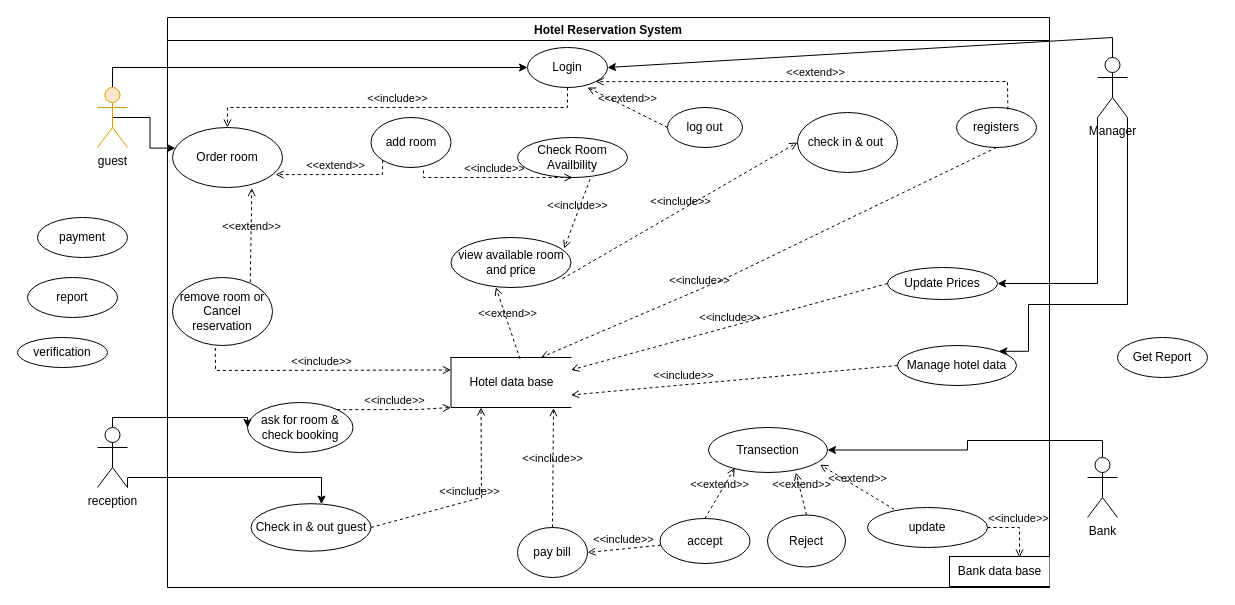
AhmedTarek-95/System-Desine keeps this draw.io diagram as use case Vol3.drawio. Above is the earlier version. Source tidied: cells renumbered, new cells numbered last; positions are measured from the earlier drawing's top-left corner, leaving out a move shared by most shapes. Both pictures are drawn from the tidied source at 100%, with x=0, y=0 at pixel (17, 17).
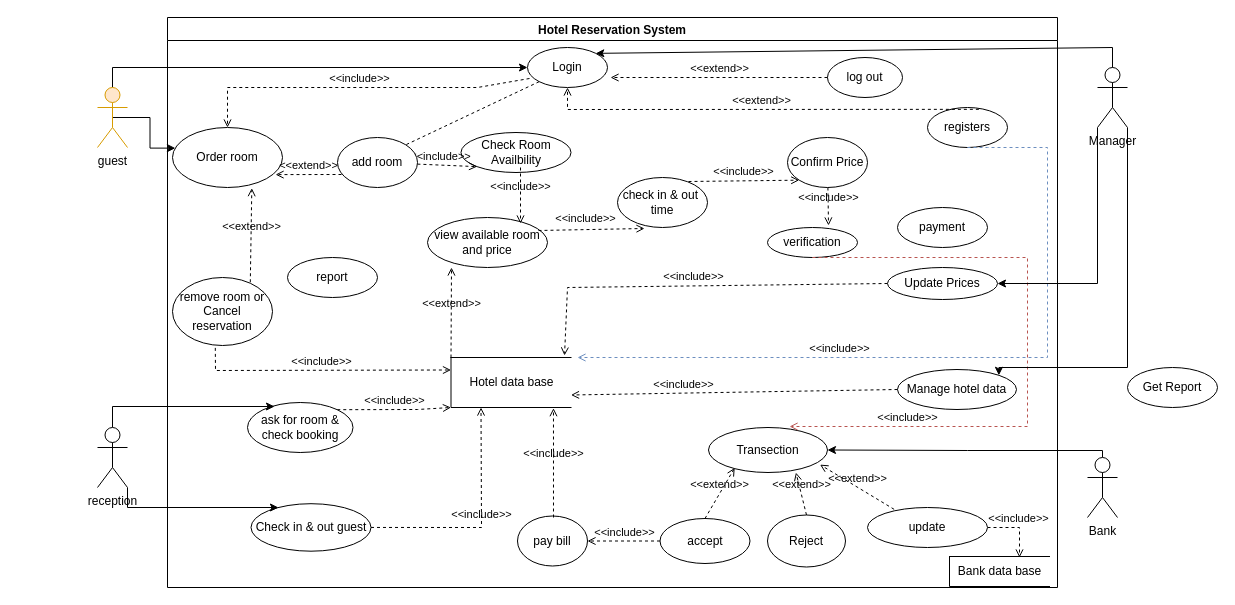
Above is the later version.

Unchanged cells that the change refers to:
```xml
<mxCell id="7" value="Login" style="ellipse;whiteSpace=wrap;html=1;" parent="5" vertex="1">
  <mxGeometry x="360" y="30" width="80" height="40" as="geometry" />
</mxCell>
<mxCell id="9" value="Order room" style="ellipse;whiteSpace=wrap;html=1;" parent="5" vertex="1">
  <mxGeometry x="5" y="110" width="110" height="60" as="geometry" />
</mxCell>
<mxCell id="11" value="ask for room &amp;amp; check booking" style="ellipse;whiteSpace=wrap;html=1;" parent="5" vertex="1">
  <mxGeometry x="80" y="385" width="105.5" height="50" as="geometry" />
</mxCell>
<mxCell id="12" value="Check in &amp;amp; out guest" style="ellipse;whiteSpace=wrap;html=1;" parent="5" vertex="1">
  <mxGeometry x="83.5" y="486.2" width="120" height="47.5" as="geometry" />
</mxCell>
<mxCell id="13" value="Transection" style="ellipse;whiteSpace=wrap;html=1;" parent="5" vertex="1">
  <mxGeometry x="541" y="410" width="119" height="45" as="geometry" />
</mxCell>
<mxCell id="37" value="Hotel data base" style="html=1;dashed=0;whitespace=wrap;shape=partialRectangle;right=0;" parent="5" vertex="1">
  <mxGeometry x="283.5" y="340" width="120" height="50" as="geometry" />
</mxCell>
<mxCell id="46" value="Update Prices" style="ellipse;whiteSpace=wrap;html=1;" parent="5" vertex="1">
  <mxGeometry x="720" y="250" width="110" height="32" as="geometry" />
</mxCell>
<mxCell id="49" value="reception" style="shape=umlActor;verticalLabelPosition=bottom;verticalAlign=top;html=1;outlineConnect=0;" parent="1" vertex="1">
  <mxGeometry x="80" y="410" width="30" height="60" as="geometry" />
</mxCell>
<mxCell id="51" value="Bank" style="shape=umlActor;verticalLabelPosition=bottom;verticalAlign=top;html=1;outlineConnect=0;" parent="1" vertex="1">
  <mxGeometry x="1070" y="440" width="30" height="60" as="geometry" />
</mxCell>
```

Change to the diagram source:
```diff
@@
     <mxCell id="5" value="Hotel Reservation System" style="swimlane;" parent="1" vertex="1">
-      <mxGeometry x="150" width="882" height="570" as="geometry" />
+      <mxGeometry x="150" width="890" height="570" as="geometry" />
     </mxCell>
-    <mxCell id="6" value="&amp;lt;&amp;lt;include&amp;gt;&amp;gt;" style="html=1;verticalAlign=bottom;labelBackgroundColor=none;endArrow=open;endFill=0;dashed=1;rounded=0;exitX=0;exitY=0.5;exitDx=0;exitDy=0;entryX=1;entryY=0.25;entryDx=0;entryDy=0;" parent="5" edge="1" source="46" target="37">
-      <mxGeometry relative="1" as="geometry" />
+    <mxCell id="6" value="&amp;lt;&amp;lt;include&amp;gt;&amp;gt;" style="html=1;verticalAlign=bottom;labelBackgroundColor=none;endArrow=open;endFill=0;dashed=1;rounded=0;exitX=0;exitY=0.5;exitDx=0;exitDy=0;entryX=0.946;entryY=-0.04;entryDx=0;entryDy=0;entryPerimeter=0;" parent="5" edge="1" source="46" target="37">
+      <mxGeometry relative="1" as="geometry">
+        <Array as="points">
+          <mxPoint x="400" y="270" />
+        </Array>
+      </mxGeometry>
     </mxCell>
@@
     <mxCell id="8" value="Check Room Availbility" style="ellipse;whiteSpace=wrap;html=1;" parent="5" vertex="1">
-      <mxGeometry x="350" y="120" width="110" height="40" as="geometry" />
+      <mxGeometry x="293.5" y="115" width="110" height="40" as="geometry" />
     </mxCell>
@@
     <mxCell id="10" value="Manage hotel data" style="ellipse;whiteSpace=wrap;html=1;" parent="5" vertex="1">
-      <mxGeometry x="730" y="328" width="119" height="40" as="geometry" />
+      <mxGeometry x="730" y="352" width="119" height="40" as="geometry" />
     </mxCell>
@@
     <mxCell id="14" value="view available room and price" style="ellipse;whiteSpace=wrap;html=1;" parent="5" vertex="1">
-      <mxGeometry x="283.5" y="220" width="120" height="50" as="geometry" />
+      <mxGeometry x="260" y="200" width="120" height="50" as="geometry" />
     </mxCell>
@@
-    <mxCell id="21" value="check in &amp;amp; out&amp;nbsp;" style="ellipse;whiteSpace=wrap;html=1;" parent="5" vertex="1">
-      <mxGeometry x="630" y="95" width="100" height="60" as="geometry" />
+    <mxCell id="21" value="check in &amp;amp; out&amp;nbsp; time" style="ellipse;whiteSpace=wrap;html=1;" parent="5" vertex="1">
+      <mxGeometry x="450" y="160" width="90" height="50" as="geometry" />
     </mxCell>
-    <mxCell id="22" value="&amp;lt;&amp;lt;include&amp;gt;&amp;gt;" style="html=1;verticalAlign=bottom;labelBackgroundColor=none;endArrow=open;endFill=0;dashed=1;rounded=0;entryX=0.5;entryY=0;entryDx=0;entryDy=0;endSize=6;jumpSize=6;strokeWidth=1;exitX=0.5;exitY=1;exitDx=0;exitDy=0;" parent="5" edge="1" source="7" target="9">
+    <mxCell id="22" value="&amp;lt;&amp;lt;include&amp;gt;&amp;gt;" style="html=1;verticalAlign=bottom;labelBackgroundColor=none;endArrow=open;endFill=0;dashed=1;rounded=0;entryX=0.5;entryY=0;entryDx=0;entryDy=0;endSize=6;jumpSize=6;strokeWidth=1;exitX=0.025;exitY=0.775;exitDx=0;exitDy=0;exitPerimeter=0;" parent="5" edge="1" source="7" target="9">
       <mxGeometry relative="1" as="geometry">
         <Array as="points">
-          <mxPoint x="400" y="90" />
-          <mxPoint x="60" y="90" />
+          <mxPoint x="310" y="70" />
+          <mxPoint x="60" y="70" />
         </Array>
       </mxGeometry>
     </mxCell>
-    <mxCell id="23" value="&amp;lt;&amp;lt;include&amp;gt;&amp;gt;" style="html=1;verticalAlign=bottom;labelBackgroundColor=none;endArrow=open;endFill=0;dashed=1;rounded=0;exitX=0.928;exitY=0.825;exitDx=0;exitDy=0;exitPerimeter=0;entryX=0;entryY=0.5;entryDx=0;entryDy=0;" parent="5" edge="1" source="14" target="21">
-      <mxGeometry relative="1" as="geometry" />
+    <mxCell id="23" value="&amp;lt;&amp;lt;include&amp;gt;&amp;gt;" style="html=1;verticalAlign=bottom;labelBackgroundColor=none;endArrow=open;endFill=0;dashed=1;rounded=0;entryX=0.3;entryY=1.02;entryDx=0;entryDy=0;entryPerimeter=0;exitX=0.925;exitY=0.26;exitDx=0;exitDy=0;exitPerimeter=0;" parent="5" edge="1" source="14" target="21">
+      <mxGeometry x="-0.12" y="2" relative="1" as="geometry" />
     </mxCell>
-    <mxCell id="24" value="&amp;lt;&amp;lt;include&amp;gt;&amp;gt;" style="html=1;verticalAlign=bottom;labelBackgroundColor=none;endArrow=open;endFill=0;dashed=1;rounded=0;exitX=0.659;exitY=1.046;exitDx=0;exitDy=0;exitPerimeter=0;entryX=0.943;entryY=0.22;entryDx=0;entryDy=0;entryPerimeter=0;" parent="5" edge="1" source="8" target="14">
-      <mxGeometry relative="1" as="geometry" />
+    <mxCell id="24" value="&amp;lt;&amp;lt;include&amp;gt;&amp;gt;" style="html=1;verticalAlign=bottom;labelBackgroundColor=none;endArrow=open;endFill=0;dashed=1;rounded=0;entryX=0.775;entryY=0.12;entryDx=0;entryDy=0;entryPerimeter=0;" parent="5" edge="1" target="14">
+      <mxGeometry relative="1" as="geometry">
+        <mxPoint x="353" y="150" as="sourcePoint" />
+      </mxGeometry>
     </mxCell>
@@
     <mxCell id="26" value="pay bill" style="ellipse;whiteSpace=wrap;html=1;" parent="5" vertex="1">
-      <mxGeometry x="350" y="510" width="70" height="50" as="geometry" />
+      <mxGeometry x="350" y="498.5" width="70" height="50" as="geometry" />
     </mxCell>
@@
     <mxCell id="28" value="&amp;lt;&amp;lt;include&amp;gt;&amp;gt;" style="html=1;verticalAlign=bottom;labelBackgroundColor=none;endArrow=open;endFill=0;dashed=1;rounded=0;exitX=1;exitY=0.5;exitDx=0;exitDy=0;entryX=0.25;entryY=1;entryDx=0;entryDy=0;" parent="5" edge="1" source="12" target="37">
       <mxGeometry relative="1" as="geometry">
         <Array as="points">
-          <mxPoint x="314" y="480" />
+          <mxPoint x="314" y="510" />
         </Array>
       </mxGeometry>
     </mxCell>
-    <mxCell id="29" value="&amp;lt;&amp;lt;include&amp;gt;&amp;gt;" style="html=1;verticalAlign=bottom;labelBackgroundColor=none;endArrow=open;endFill=0;dashed=1;rounded=0;entryX=1;entryY=0.75;entryDx=0;entryDy=0;exitX=0;exitY=0.5;exitDx=0;exitDy=0;" parent="5" edge="1" source="10" target="37">
-      <mxGeometry x="0.31" relative="1" as="geometry" />
+    <mxCell id="29" value="&amp;lt;&amp;lt;include&amp;gt;&amp;gt;" style="html=1;verticalAlign=bottom;labelBackgroundColor=none;endArrow=open;endFill=0;dashed=1;rounded=0;entryX=1;entryY=0.75;entryDx=0;entryDy=0;exitX=0;exitY=0.5;exitDx=0;exitDy=0;" parent="5" edge="1" source="10">
+      <mxGeometry x="0.31" relative="1" as="geometry">
+        <mxPoint x="403.5" y="377.5" as="targetPoint" />
+      </mxGeometry>
     </mxCell>
-    <mxCell id="30" value="add room" style="ellipse;whiteSpace=wrap;html=1;" parent="5" vertex="1">
-      <mxGeometry x="203.5" y="100" width="80" height="50" as="geometry" />
-    </mxCell>
@@
-    <mxCell id="32" value="&amp;lt;&amp;lt;extend&amp;gt;&amp;gt;" style="html=1;verticalAlign=bottom;labelBackgroundColor=none;endArrow=open;endFill=0;dashed=1;rounded=0;entryX=0.937;entryY=0.785;entryDx=0;entryDy=0;exitX=0;exitY=1;exitDx=0;exitDy=0;entryPerimeter=0;" parent="5" edge="1" source="30" target="9">
-      <mxGeometry relative="1" as="geometry">
-        <Array as="points">
-          <mxPoint x="215" y="157" />
-        </Array>
-      </mxGeometry>
+    <mxCell id="32" value="&amp;lt;&amp;lt;extend&amp;gt;&amp;gt;" style="html=1;verticalAlign=bottom;labelBackgroundColor=none;endArrow=open;endFill=0;dashed=1;rounded=0;entryX=0.937;entryY=0.785;entryDx=0;entryDy=0;exitX=0.05;exitY=0.74;exitDx=0;exitDy=0;entryPerimeter=0;exitPerimeter=0;" parent="5" edge="1" source="30" target="9">
+      <mxGeometry relative="1" as="geometry" />
     </mxCell>
@@
-    <mxCell id="35" value="&amp;lt;&amp;lt;include&amp;gt;&amp;gt;" style="html=1;verticalAlign=bottom;labelBackgroundColor=none;endArrow=open;endFill=0;dashed=1;rounded=0;entryX=0.5;entryY=1;entryDx=0;entryDy=0;exitX=0.657;exitY=1.06;exitDx=0;exitDy=0;exitPerimeter=0;" parent="5" edge="1" source="30" target="8">
-      <mxGeometry relative="1" as="geometry">
-        <Array as="points">
-          <mxPoint x="256" y="160" />
-        </Array>
-      </mxGeometry>
+    <mxCell id="35" value="&amp;lt;&amp;lt;include&amp;gt;&amp;gt;" style="html=1;verticalAlign=bottom;labelBackgroundColor=none;endArrow=open;endFill=0;dashed=1;rounded=0;entryX=0;entryY=1;entryDx=0;entryDy=0;startArrow=none;" parent="5" edge="1" source="30" target="8">
+      <mxGeometry x="-0.22" relative="1" as="geometry" />
     </mxCell>
-    <mxCell id="36" value="&amp;lt;&amp;lt;include&amp;gt;&amp;gt;" style="html=1;verticalAlign=bottom;labelBackgroundColor=none;endArrow=open;endFill=0;dashed=1;rounded=0;exitX=0.5;exitY=0;exitDx=0;exitDy=0;entryX=0.854;entryY=1.013;entryDx=0;entryDy=0;entryPerimeter=0;" parent="5" edge="1" source="26" target="37">
-      <mxGeometry relative="1" as="geometry" />
+    <mxCell id="36" value="&amp;lt;&amp;lt;include&amp;gt;&amp;gt;" style="html=1;verticalAlign=bottom;labelBackgroundColor=none;endArrow=open;endFill=0;dashed=1;rounded=0;entryX=0.854;entryY=1.013;entryDx=0;entryDy=0;entryPerimeter=0;" parent="5" edge="1" target="37">
+      <mxGeometry relative="1" as="geometry">
+        <mxPoint x="386" y="500" as="sourcePoint" />
+      </mxGeometry>
     </mxCell>
@@
     <mxCell id="39" value="log out" style="ellipse;whiteSpace=wrap;html=1;" parent="5" vertex="1">
-      <mxGeometry x="500" y="90" width="75" height="40" as="geometry" />
+      <mxGeometry x="660" y="40" width="75" height="40" as="geometry" />
     </mxCell>
-    <mxCell id="40" value="&amp;lt;&amp;lt;extend&amp;gt;&amp;gt;" style="html=1;verticalAlign=bottom;labelBackgroundColor=none;endArrow=open;endFill=0;dashed=1;rounded=0;exitX=0;exitY=0.5;exitDx=0;exitDy=0;" parent="5" edge="1" source="39">
-      <mxGeometry relative="1" as="geometry">
-        <mxPoint x="420" y="70" as="targetPoint" />
-      </mxGeometry>
+    <mxCell id="40" value="&amp;lt;&amp;lt;extend&amp;gt;&amp;gt;" style="html=1;verticalAlign=bottom;labelBackgroundColor=none;endArrow=open;endFill=0;dashed=1;rounded=0;exitX=0;exitY=0.5;exitDx=0;exitDy=0;entryX=1.038;entryY=0.75;entryDx=0;entryDy=0;entryPerimeter=0;" parent="5" edge="1" source="39" target="7">
+      <mxGeometry relative="1" as="geometry" />
     </mxCell>
     <mxCell id="41" value="registers" style="ellipse;whiteSpace=wrap;html=1;" parent="5" vertex="1">
-      <mxGeometry x="789" y="90" width="80" height="40" as="geometry" />
+      <mxGeometry x="760" y="90" width="80" height="40" as="geometry" />
     </mxCell>
-    <mxCell id="42" value="&amp;lt;&amp;lt;extend&amp;gt;&amp;gt;" style="html=1;verticalAlign=bottom;labelBackgroundColor=none;endArrow=open;endFill=0;dashed=1;rounded=0;exitX=0.642;exitY=0.046;exitDx=0;exitDy=0;entryX=1;entryY=1;entryDx=0;entryDy=0;exitPerimeter=0;" parent="5" edge="1" source="41" target="7">
+    <mxCell id="42" value="&amp;lt;&amp;lt;extend&amp;gt;&amp;gt;" style="html=1;verticalAlign=bottom;labelBackgroundColor=none;endArrow=open;endFill=0;dashed=1;rounded=0;exitX=0.642;exitY=0.046;exitDx=0;exitDy=0;entryX=0.5;entryY=1;entryDx=0;entryDy=0;exitPerimeter=0;" parent="5" edge="1" source="41" target="7">
       <mxGeometry relative="1" as="geometry">
         <Array as="points">
-          <mxPoint x="840" y="64" />
+          <mxPoint x="400" y="92" />
         </Array>
       </mxGeometry>
     </mxCell>
-    <mxCell id="43" value="&amp;lt;&amp;lt;include&amp;gt;&amp;gt;" style="html=1;verticalAlign=bottom;labelBackgroundColor=none;endArrow=open;endFill=0;dashed=1;rounded=0;entryX=0.75;entryY=0;entryDx=0;entryDy=0;exitX=0.5;exitY=1;exitDx=0;exitDy=0;" parent="5" edge="1" source="41" target="37">
+    <mxCell id="43" value="&amp;lt;&amp;lt;include&amp;gt;&amp;gt;" style="html=1;verticalAlign=bottom;labelBackgroundColor=none;endArrow=open;endFill=0;dashed=1;rounded=0;exitX=0.5;exitY=1;exitDx=0;exitDy=0;fillColor=#dae8fc;strokeColor=#6c8ebf;" parent="5" edge="1" source="41">
       <mxGeometry x="0.31" relative="1" as="geometry">
+        <mxPoint x="410" y="340" as="targetPoint" />
         <Array as="points">
-          <mxPoint x="560" y="260" />
+          <mxPoint x="820" y="130" />
+          <mxPoint x="880" y="130" />
+          <mxPoint x="880" y="340" />
+          <mxPoint x="410" y="340" />
         </Array>
       </mxGeometry>
     </mxCell>
@@
-    <mxCell id="45" value="&amp;lt;&amp;lt;extend&amp;gt;&amp;gt;" style="html=1;verticalAlign=bottom;labelBackgroundColor=none;endArrow=open;endFill=0;dashed=1;rounded=0;exitX=0.575;exitY=0.025;exitDx=0;exitDy=0;entryX=0.374;entryY=0.996;entryDx=0;entryDy=0;entryPerimeter=0;exitPerimeter=0;" parent="5" edge="1" source="37" target="14">
-      <mxGeometry relative="1" as="geometry" />
+    <mxCell id="45" value="&amp;lt;&amp;lt;extend&amp;gt;&amp;gt;" style="html=1;verticalAlign=bottom;labelBackgroundColor=none;endArrow=open;endFill=0;dashed=1;rounded=0;exitX=0;exitY=0;exitDx=0;exitDy=0;" parent="5" edge="1" source="37">
+      <mxGeometry relative="1" as="geometry">
+        <mxPoint x="284" y="250" as="targetPoint" />
+      </mxGeometry>
     </mxCell>
@@
+    <mxCell id="57" value="verification" style="ellipse;whiteSpace=wrap;html=1;" parent="5" vertex="1">
+      <mxGeometry x="600" y="210" width="90" height="30" as="geometry" />
+    </mxCell>
+    <mxCell id="56" value="payment" style="ellipse;whiteSpace=wrap;html=1;" parent="5" vertex="1">
+      <mxGeometry x="730" y="190" width="90" height="40" as="geometry" />
+    </mxCell>
+    <mxCell id="59" value="report" style="ellipse;whiteSpace=wrap;html=1;" parent="5" vertex="1">
+      <mxGeometry x="120" y="240" width="90" height="40" as="geometry" />
+    </mxCell>
+    <mxCell id="60" value="Confirm Price" style="ellipse;whiteSpace=wrap;html=1;" parent="5" vertex="1">
+      <mxGeometry x="620" y="120" width="80" height="50" as="geometry" />
+    </mxCell>
+    <mxCell id="61" value="&amp;lt;&amp;lt;include&amp;gt;&amp;gt;" style="html=1;verticalAlign=bottom;labelBackgroundColor=none;endArrow=open;endFill=0;dashed=1;rounded=0;exitX=0.789;exitY=0.08;exitDx=0;exitDy=0;exitPerimeter=0;entryX=0;entryY=1;entryDx=0;entryDy=0;" parent="5" edge="1" source="21" target="60">
+      <mxGeometry relative="1" as="geometry" />
+    </mxCell>
+    <mxCell id="62" value="&amp;lt;&amp;lt;include&amp;gt;&amp;gt;" style="html=1;verticalAlign=bottom;labelBackgroundColor=none;endArrow=open;endFill=0;dashed=1;rounded=0;entryX=0.678;entryY=-0.067;entryDx=0;entryDy=0;entryPerimeter=0;" parent="5" edge="1" source="60" target="57">
+      <mxGeometry relative="1" as="geometry" />
+    </mxCell>
+    <mxCell id="63" value="&amp;lt;&amp;lt;include&amp;gt;&amp;gt;" style="html=1;verticalAlign=bottom;labelBackgroundColor=none;endArrow=open;endFill=0;dashed=1;rounded=0;exitX=0.5;exitY=1;exitDx=0;exitDy=0;entryX=0.681;entryY=-0.022;entryDx=0;entryDy=0;entryPerimeter=0;fillColor=#f8cecc;strokeColor=#b85450;" parent="5" edge="1" source="57" target="13">
+      <mxGeometry x="0.62" relative="1" as="geometry">
+        <Array as="points">
+          <mxPoint x="860" y="240" />
+          <mxPoint x="860" y="409" />
+        </Array>
+      </mxGeometry>
+    </mxCell>
+    <mxCell id="30" value="add room" style="ellipse;whiteSpace=wrap;html=1;" parent="5" vertex="1">
+      <mxGeometry x="170" y="120" width="80" height="50" as="geometry" />
+    </mxCell>
+    <mxCell id="64" style="html=1;verticalAlign=bottom;labelBackgroundColor=none;endArrow=none;endFill=0;dashed=1;rounded=0;entryX=1;entryY=0;entryDx=0;entryDy=0;exitX=0;exitY=1;exitDx=0;exitDy=0;" parent="5" edge="1" source="7" target="30">
+      <mxGeometry x="-0.22" relative="1" as="geometry" />
+    </mxCell>
-    <mxCell id="47" style="edgeStyle=orthogonalEdgeStyle;rounded=0;jettySize=auto;html=1;exitX=0.5;exitY=0;exitDx=0;exitDy=0;exitPerimeter=0;entryX=0;entryY=0.5;entryDx=0;entryDy=0;" parent="1" edge="1" source="49" target="11">
+    <mxCell id="47" style="edgeStyle=orthogonalEdgeStyle;rounded=0;jettySize=auto;html=1;exitX=0.5;exitY=0;exitDx=0;exitDy=0;exitPerimeter=0;entryX=0.256;entryY=0.08;entryDx=0;entryDy=0;entryPerimeter=0;" parent="1" edge="1" source="49" target="11">
       <mxGeometry relative="1" as="geometry">
         <Array as="points">
-          <mxPoint x="95" y="400" />
+          <mxPoint x="95" y="389" />
         </Array>
       </mxGeometry>
     </mxCell>
     <mxCell id="48" style="edgeStyle=orthogonalEdgeStyle;rounded=0;jettySize=auto;html=1;exitX=1;exitY=1;exitDx=0;exitDy=0;exitPerimeter=0;" parent="1" edge="1" source="49" target="12">
       <mxGeometry relative="1" as="geometry">
         <Array as="points">
-          <mxPoint x="110" y="460" />
-          <mxPoint x="304" y="460" />
+          <mxPoint x="110" y="490" />
         </Array>
       </mxGeometry>
     </mxCell>
@@
     <mxCell id="50" style="edgeStyle=orthogonalEdgeStyle;rounded=0;jettySize=auto;html=1;exitX=0.5;exitY=0;exitDx=0;exitDy=0;exitPerimeter=0;entryX=1;entryY=0.5;entryDx=0;entryDy=0;" parent="1" edge="1" source="51" target="13">
       <mxGeometry relative="1" as="geometry">
         <Array as="points">
-          <mxPoint x="1085" y="423" />
-          <mxPoint x="950" y="423" />
+          <mxPoint x="1085" y="433" />
+          <mxPoint x="950" y="433" />
         </Array>
       </mxGeometry>
     </mxCell>
@@
     <mxCell id="52" style="edgeStyle=orthogonalEdgeStyle;rounded=0;jettySize=auto;html=1;exitX=1;exitY=1;exitDx=0;exitDy=0;exitPerimeter=0;entryX=1;entryY=0;entryDx=0;entryDy=0;" parent="1" edge="1" source="54" target="10">
       <mxGeometry relative="1" as="geometry">
         <Array as="points">
-          <mxPoint x="1110" y="287" />
-          <mxPoint x="1011" y="287" />
+          <mxPoint x="1110" y="350" />
+          <mxPoint x="981" y="350" />
         </Array>
       </mxGeometry>
     </mxCell>
@@
     <mxCell id="54" value="Manager" style="shape=umlActor;verticalLabelPosition=bottom;verticalAlign=top;html=1;outlineConnect=0;" parent="1" vertex="1">
-      <mxGeometry x="1080" y="40" width="30" height="60" as="geometry" />
+      <mxGeometry x="1080" y="50" width="30" height="60" as="geometry" />
     </mxCell>
-    <mxCell id="55" style="endArrow=classic;html=1;rounded=0;entryX=1;entryY=0.5;entryDx=0;entryDy=0;exitX=0.5;exitY=0;exitDx=0;exitDy=0;exitPerimeter=0;" parent="1" edge="1" source="54" target="7">
+    <mxCell id="55" style="endArrow=classic;html=1;rounded=0;entryX=1;entryY=0;entryDx=0;entryDy=0;exitX=0.5;exitY=0;exitDx=0;exitDy=0;exitPerimeter=0;" parent="1" edge="1" source="54" target="7">
       <mxGeometry relative="1" as="geometry">
         <Array as="points">
-          <mxPoint x="1095" y="20" />
+          <mxPoint x="1095" y="30" />
         </Array>
       </mxGeometry>
     </mxCell>
-    <mxCell id="56" value="payment" style="ellipse;whiteSpace=wrap;html=1;" parent="1" vertex="1">
-      <mxGeometry x="20" y="200" width="90" height="40" as="geometry" />
-    </mxCell>
-    <mxCell id="57" value="verification" style="ellipse;whiteSpace=wrap;html=1;" parent="1" vertex="1">
-      <mxGeometry y="320" width="90" height="30" as="geometry" />
-    </mxCell>
     <mxCell id="58" value="Get Report" style="ellipse;whiteSpace=wrap;html=1;" parent="1" vertex="1">
-      <mxGeometry x="1100" y="320" width="90" height="40" as="geometry" />
+      <mxGeometry x="1110" y="350" width="90" height="40" as="geometry" />
     </mxCell>
-    <mxCell id="59" value="report" style="ellipse;whiteSpace=wrap;html=1;" parent="1" vertex="1">
-      <mxGeometry x="10" y="260" width="90" height="40" as="geometry" />
-    </mxCell>
```
